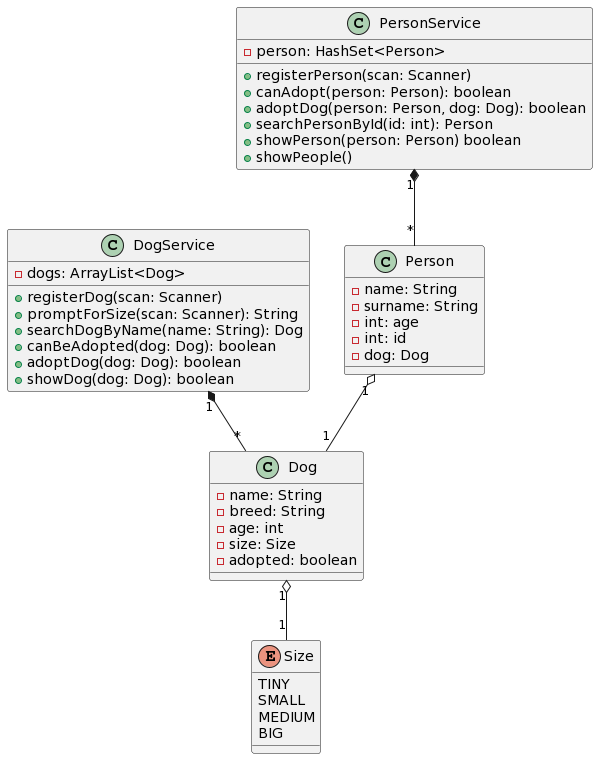
SantiMoline/RelacionesEntreClasesUML keeps this PlantUML diagram as UML/output/EjExtra01/EjExtra01.png. Above is the earlier version. Source of this version:
```plantuml
@startuml
scale 1

Class Dog {
    -name: String
    -breed: String
    -age: int
    -size: Size
    -adopted: boolean
}

enum Size {
    TINY
    SMALL
    MEDIUM
    BIG
}

Class DogService {
    -dogs: ArrayList<Dog>

    +registerDog(scan: Scanner)
    +promptForSize(scan: Scanner): String
    +searchDogByName(name: String): Dog
    +canBeAdopted(dog: Dog): boolean
    +adoptDog(dog: Dog): boolean
    +showDog(dog: Dog): boolean
}

Class Person {
    -name: String
    -surname: String
    -int: age
    -int: id
    -dog: Dog
}

Class PersonService {
    -person: HashSet<Person>

    +registerPerson(scan: Scanner)
    +canAdopt(person: Person): boolean
    +adoptDog(person: Person, dog: Dog): boolean
    +searchPersonById(id: int): Person
    +showPerson(person: Person) boolean
    +showPeople()
}

Person "1" o-- "1" Dog
PersonService "1" *-- "*" Person
DogService "1" *-- "*" Dog
Dog "1" o-- "1" Size
@enduml
```
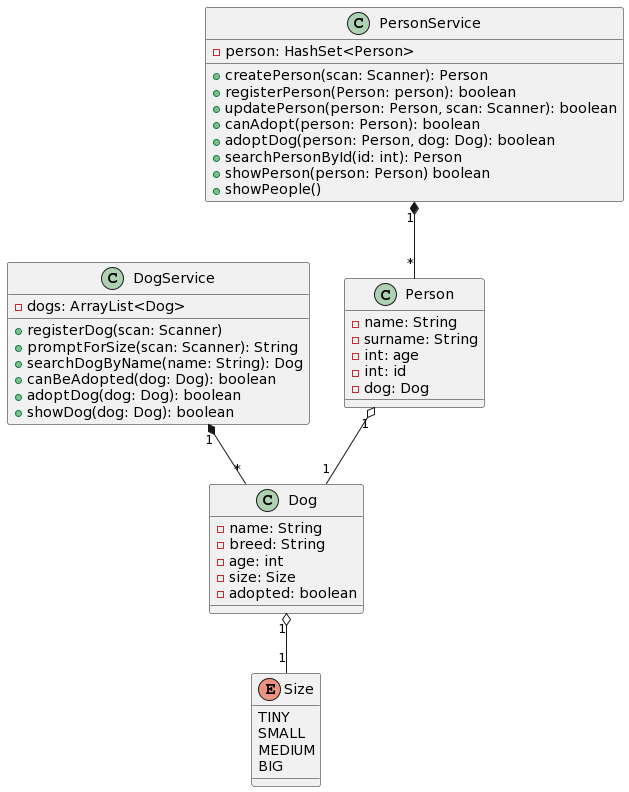
Later version of the same file.

Commit message:
Added functionality to update Person's information. Fixed order in the main Adopt method. Updated UML Diagram.

The edit, as a diff of the source:
```diff
@@ -38,7 +38,9 @@
 Class PersonService {
     -person: HashSet<Person>
 
-    +registerPerson(scan: Scanner)
+    +createPerson(scan: Scanner): Person
+    +registerPerson(Person: person): boolean
+    +updatePerson(person: Person, scan: Scanner): boolean
     +canAdopt(person: Person): boolean
     +adoptDog(person: Person, dog: Dog): boolean
     +searchPersonById(id: int): Person
```
